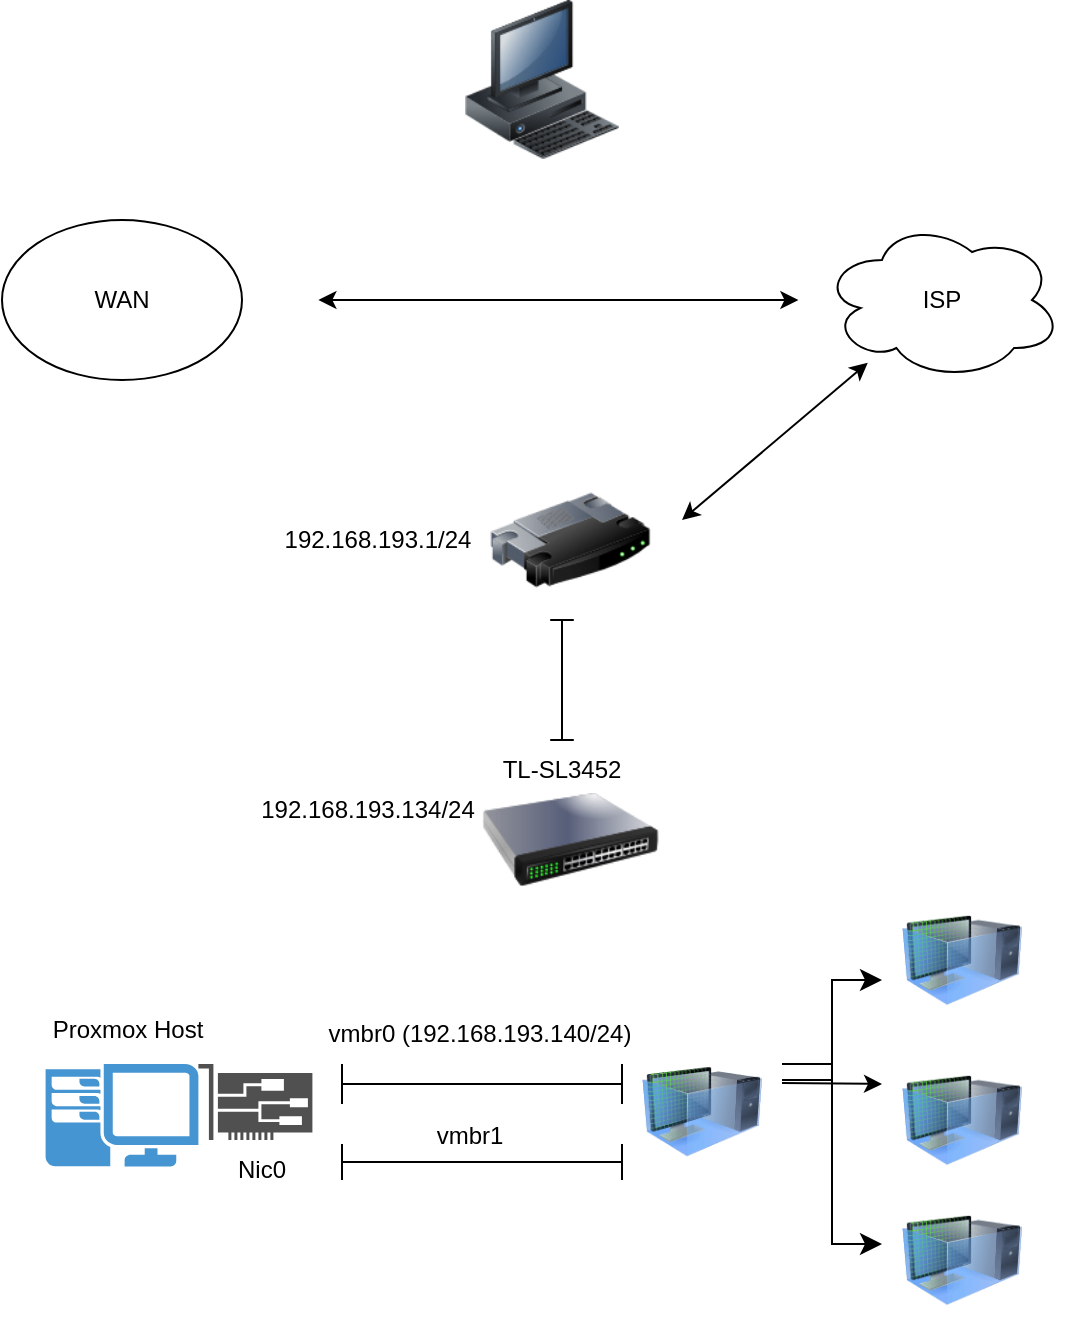
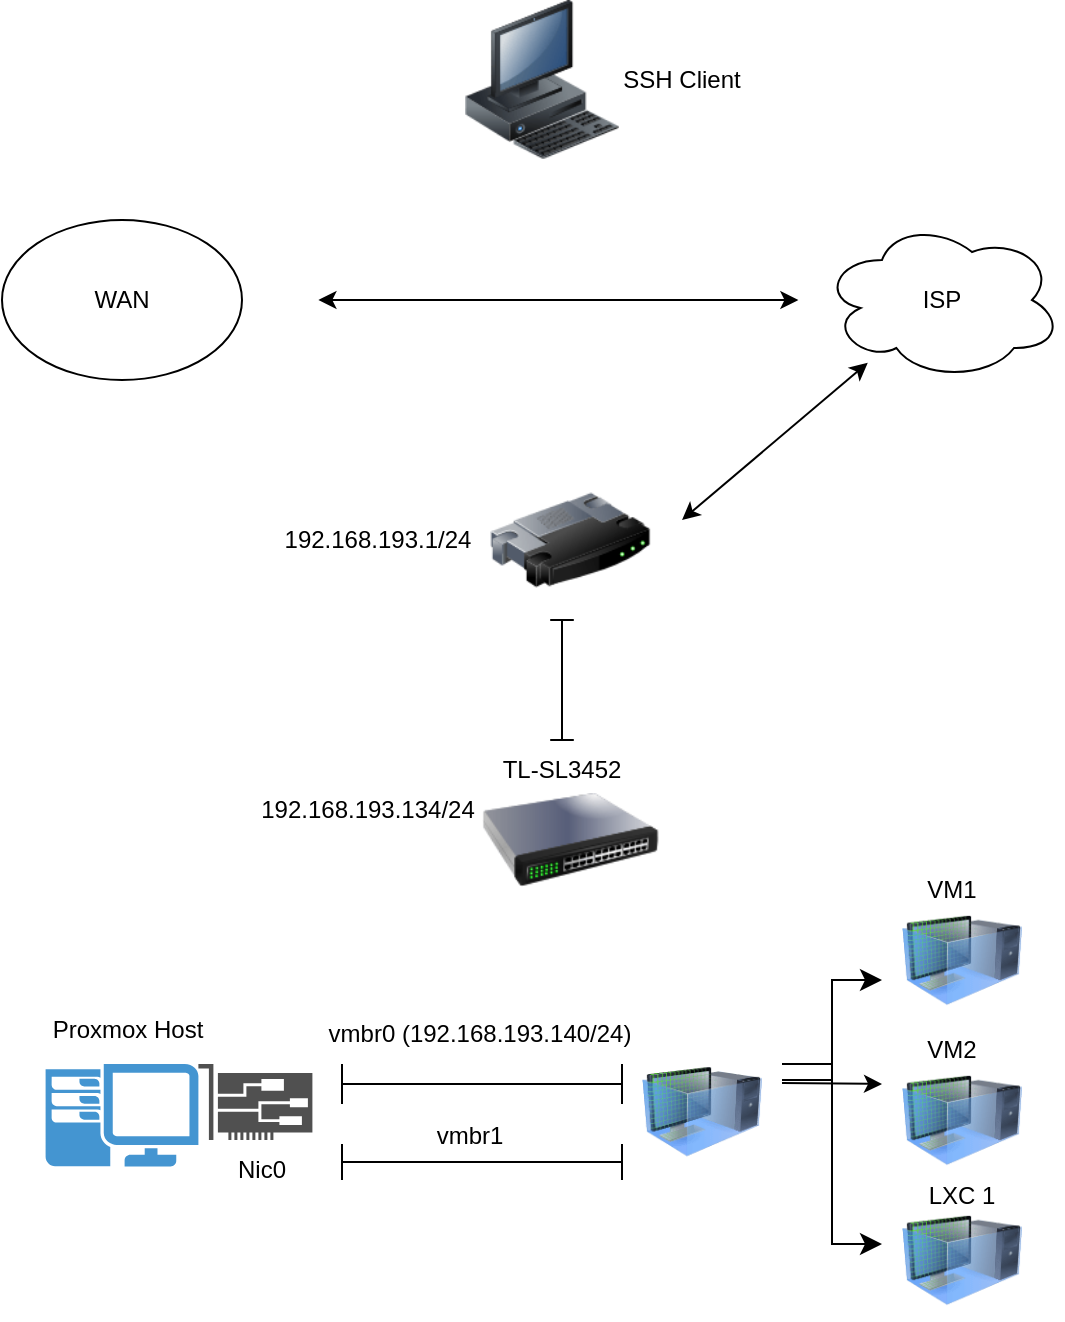
<mxfile host="app.diagrams.net">
  <diagram name="Page-1" id="zP4Ow8HyOkAsxJrq0pA5">
    <mxGraphModel dx="2054" dy="1183" grid="1" gridSize="10" guides="1" tooltips="1" connect="1" arrows="1" fold="1" page="1" pageScale="1" pageWidth="850" pageHeight="1100" math="0" shadow="0">
      <root>
        <mxCell id="0" />
        <mxCell id="1" parent="0" />
        <mxCell id="B65suDjGjgTJ9sO3S6Rg-1" parent="1" style="ellipse;whiteSpace=wrap;html=1;" value="WAN" vertex="1">
          <mxGeometry height="80" width="120" x="90" y="120" as="geometry" />
        </mxCell>
        <mxCell id="B65suDjGjgTJ9sO3S6Rg-2" parent="1" style="ellipse;shape=cloud;whiteSpace=wrap;html=1;" value="ISP" vertex="1">
          <mxGeometry height="80" width="120" x="500" y="120" as="geometry" />
        </mxCell>
        <mxCell id="B65suDjGjgTJ9sO3S6Rg-4" edge="1" parent="1" style="endArrow=classic;html=1;rounded=0;endFill=1;startArrow=classic;startFill=1;" value="">
          <mxGeometry height="50" relative="1" width="50" as="geometry">
            <mxPoint x="248.2" y="160" as="sourcePoint" />
            <mxPoint x="488.2" y="160" as="targetPoint" />
          </mxGeometry>
        </mxCell>
        <mxCell id="B65suDjGjgTJ9sO3S6Rg-5" parent="1" style="image;html=1;image=img/lib/clip_art/computers/Workstation_128x128.png" value="" vertex="1">
          <mxGeometry height="80" width="80" x="320" y="10" as="geometry" />
        </mxCell>
        <mxCell id="B65suDjGjgTJ9sO3S6Rg-6" parent="1" style="image;html=1;image=img/lib/clip_art/networking/Router_128x128.png" value="" vertex="1">
          <mxGeometry height="80" width="80" x="334.09999999999997" y="240" as="geometry" />
        </mxCell>
        <mxCell id="B65suDjGjgTJ9sO3S6Rg-7" parent="1" style="image;html=1;image=img/lib/clip_art/networking/Switch_128x128.png" value="" vertex="1">
          <mxGeometry height="80" width="88.2" x="330" y="390" as="geometry" />
        </mxCell>
        <mxCell id="B65suDjGjgTJ9sO3S6Rg-8" parent="1" style="pointerEvents=1;shadow=0;dashed=0;html=1;strokeColor=none;fillColor=#4495D1;labelPosition=center;verticalLabelPosition=bottom;verticalAlign=top;align=center;outlineConnect=0;shape=mxgraph.veeam.2d.workstation;" value="" vertex="1">
          <mxGeometry height="51.2" width="76.4" x="111.80000000000001" y="542" as="geometry" />
        </mxCell>
        <mxCell id="B65suDjGjgTJ9sO3S6Rg-9" parent="1" style="sketch=0;pointerEvents=1;shadow=0;dashed=0;html=1;strokeColor=none;fillColor=#505050;labelPosition=center;verticalLabelPosition=bottom;verticalAlign=top;outlineConnect=0;align=center;shape=mxgraph.office.devices.nic;" value="" vertex="1">
          <mxGeometry height="38" width="57" x="188.2" y="542" as="geometry" />
        </mxCell>
        <mxCell id="PM2nW5d5bkd0yUUsg2_K-1" parent="1" style="image;html=1;image=img/lib/clip_art/computers/Virtual_Machine_128x128.png" value="" vertex="1">
          <mxGeometry height="65" width="60" x="410" y="533.2" as="geometry" />
        </mxCell>
        <mxCell id="PM2nW5d5bkd0yUUsg2_K-2" parent="1" style="image;html=1;image=img/lib/clip_art/computers/Virtual_Machine_128x128.png" value="" vertex="1">
          <mxGeometry height="60" width="60" x="540" y="460" as="geometry" />
        </mxCell>
        <mxCell id="PM2nW5d5bkd0yUUsg2_K-3" parent="1" style="image;html=1;image=img/lib/clip_art/computers/Virtual_Machine_128x128.png" value="" vertex="1">
          <mxGeometry height="60" width="60" x="540" y="540" as="geometry" />
        </mxCell>
        <mxCell id="PM2nW5d5bkd0yUUsg2_K-4" parent="1" style="image;html=1;image=img/lib/clip_art/computers/Virtual_Machine_128x128.png" value="" vertex="1">
          <mxGeometry height="60" width="60" x="540" y="610" as="geometry" />
        </mxCell>
        <mxCell id="PM2nW5d5bkd0yUUsg2_K-5" parent="1" style="text;html=1;whiteSpace=wrap;strokeColor=none;fillColor=none;align=center;verticalAlign=middle;rounded=0;autosize=1;resizable=0;" value="TL-SL3452" vertex="1">
          <mxGeometry height="30" width="80" x="330" y="380" as="geometry" />
        </mxCell>
        <mxCell id="PM2nW5d5bkd0yUUsg2_K-6" parent="1" style="text;html=1;whiteSpace=wrap;strokeColor=none;fillColor=none;align=center;verticalAlign=middle;rounded=0;autosize=1;resizable=0;" value="192.168.193.134/24" vertex="1">
          <mxGeometry height="30" width="130" x="208.2" y="400" as="geometry" />
        </mxCell>
        <mxCell id="PM2nW5d5bkd0yUUsg2_K-7" parent="1" style="text;html=1;whiteSpace=wrap;strokeColor=none;fillColor=none;align=center;verticalAlign=middle;rounded=0;autosize=1;resizable=0;" value="Proxmox Host" vertex="1">
          <mxGeometry height="30" width="100" x="103.4" y="510" as="geometry" />
        </mxCell>
        <mxCell id="PM2nW5d5bkd0yUUsg2_K-8" edge="1" parent="1" style="endArrow=classic;html=1;rounded=0;endFill=1;startArrow=classic;startFill=1;" target="B65suDjGjgTJ9sO3S6Rg-2" value="">
          <mxGeometry height="50" relative="1" width="50" as="geometry">
            <mxPoint x="430" y="270" as="sourcePoint" />
            <mxPoint x="710" y="260" as="targetPoint" />
          </mxGeometry>
        </mxCell>
        <mxCell id="PM2nW5d5bkd0yUUsg2_K-9" parent="1" style="text;html=1;whiteSpace=wrap;strokeColor=none;fillColor=none;align=center;verticalAlign=middle;rounded=0;autosize=1;resizable=0;" value="192.168.193.1/24" vertex="1">
          <mxGeometry height="30" width="120" x="218.2" y="265" as="geometry" />
        </mxCell>
        <mxCell id="PM2nW5d5bkd0yUUsg2_K-10" parent="1" style="shape=crossbar;whiteSpace=wrap;html=1;rounded=1;direction=south;" value="" vertex="1">
          <mxGeometry height="60" width="11.8" x="364.09999999999997" y="320" as="geometry" />
        </mxCell>
        <mxCell id="PM2nW5d5bkd0yUUsg2_K-13" parent="1" style="shape=crossbar;whiteSpace=wrap;html=1;rounded=1;" value="" vertex="1">
          <mxGeometry height="20" width="140" x="260" y="542" as="geometry" />
        </mxCell>
        <mxCell id="PM2nW5d5bkd0yUUsg2_K-14" parent="1" style="shape=crossbar;whiteSpace=wrap;html=1;rounded=1;" value="" vertex="1">
          <mxGeometry height="18" width="140" x="260" y="582" as="geometry" />
        </mxCell>
        <mxCell id="PM2nW5d5bkd0yUUsg2_K-15" parent="1" style="text;html=1;whiteSpace=wrap;strokeColor=none;fillColor=none;align=center;verticalAlign=middle;rounded=0;autosize=1;resizable=0;" value="vmbr0 (192.168.193.140/24)" vertex="1">
          <mxGeometry height="30" width="170" x="244.10000000000002" y="512" as="geometry" />
        </mxCell>
        <mxCell id="PM2nW5d5bkd0yUUsg2_K-16" parent="1" style="text;html=1;whiteSpace=wrap;strokeColor=none;fillColor=none;align=center;verticalAlign=middle;rounded=0;autosize=1;resizable=0;" value="vmbr1" vertex="1">
          <mxGeometry height="30" width="60" x="294.1" y="563.2" as="geometry" />
        </mxCell>
        <mxCell id="PM2nW5d5bkd0yUUsg2_K-17" parent="1" style="text;html=1;whiteSpace=wrap;strokeColor=none;fillColor=none;align=center;verticalAlign=middle;rounded=0;autosize=1;resizable=0;" value="Nic0" vertex="1">
          <mxGeometry height="30" width="50" x="195.20000000000002" y="580" as="geometry" />
        </mxCell>
        <mxCell id="PM2nW5d5bkd0yUUsg2_K-19" edge="1" parent="1" style="edgeStyle=elbowEdgeStyle;elbow=horizontal;endArrow=classic;html=1;curved=0;rounded=0;endSize=8;startSize=8;" value="">
          <mxGeometry height="50" relative="1" width="50" as="geometry">
            <Array as="points">
              <mxPoint x="505" y="542" />
            </Array>
            <mxPoint x="480" y="550" as="sourcePoint" />
            <mxPoint x="530" y="500" as="targetPoint" />
          </mxGeometry>
        </mxCell>
        <mxCell id="PM2nW5d5bkd0yUUsg2_K-21" edge="1" parent="1" style="endArrow=classic;html=1;rounded=0;" value="">
          <mxGeometry height="50" relative="1" width="50" as="geometry">
            <mxPoint x="480" y="551.5" as="sourcePoint" />
            <mxPoint x="530" y="552" as="targetPoint" />
          </mxGeometry>
        </mxCell>
        <mxCell id="PM2nW5d5bkd0yUUsg2_K-22" edge="1" parent="1" style="edgeStyle=elbowEdgeStyle;elbow=horizontal;endArrow=classic;html=1;curved=0;rounded=0;endSize=8;startSize=8;" value="">
          <mxGeometry height="50" relative="1" width="50" as="geometry">
            <Array as="points" />
            <mxPoint x="480" y="542" as="sourcePoint" />
            <mxPoint x="530" y="632" as="targetPoint" />
          </mxGeometry>
        </mxCell>
+         <mxCell id="PM2nW5d5bkd0yUUsg2_K-24" parent="1" style="text;html=1;whiteSpace=wrap;strokeColor=none;fillColor=none;align=center;verticalAlign=middle;rounded=0;autosize=1;resizable=0;" value="VM1" vertex="1">
+           <mxGeometry height="30" width="50" x="540" y="440" as="geometry" />
+         </mxCell>
+         <mxCell id="PM2nW5d5bkd0yUUsg2_K-26" parent="1" style="text;html=1;whiteSpace=wrap;strokeColor=none;fillColor=none;align=center;verticalAlign=middle;rounded=0;autosize=1;resizable=0;" value="LXC 1" vertex="1">
+           <mxGeometry height="30" width="60" x="540" y="593.2" as="geometry" />
+         </mxCell>
+         <mxCell id="PM2nW5d5bkd0yUUsg2_K-27" parent="1" style="text;html=1;whiteSpace=wrap;strokeColor=none;fillColor=none;align=center;verticalAlign=middle;rounded=0;autosize=1;resizable=0;" value="VM2" vertex="1">
+           <mxGeometry height="30" width="50" x="540" y="520" as="geometry" />
+         </mxCell>
+         <mxCell id="PM2nW5d5bkd0yUUsg2_K-28" parent="1" style="text;html=1;whiteSpace=wrap;strokeColor=none;fillColor=none;align=center;verticalAlign=middle;rounded=0;autosize=1;resizable=0;" value="SSH Client" vertex="1">
+           <mxGeometry height="30" width="80" x="390" y="35" as="geometry" />
+         </mxCell>
      </root>
    </mxGraphModel>
  </diagram>
</mxfile>
